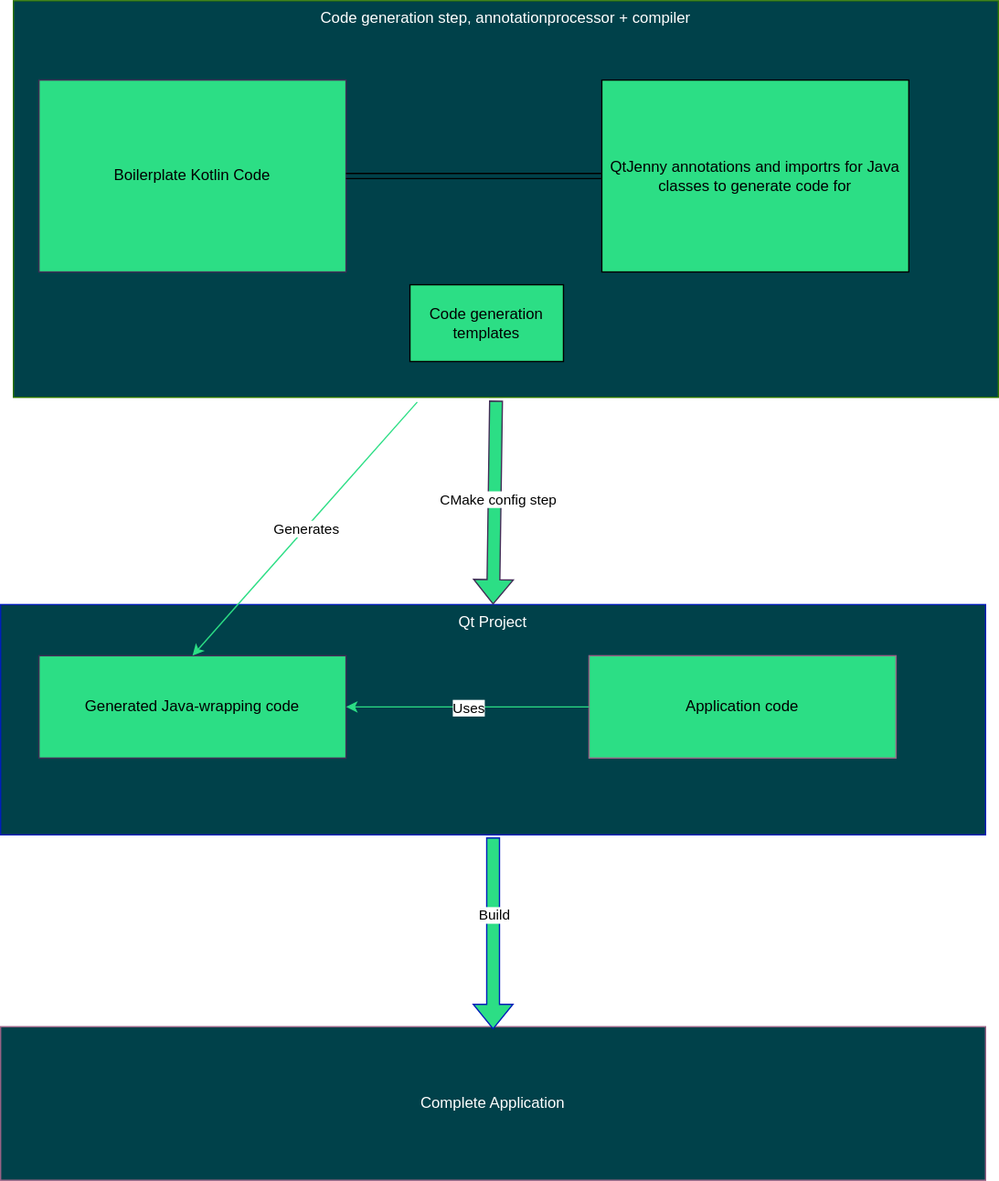
qt/qtdoc keeps this draw.io diagram as doc/src/images/qtjenny-sequence.drawio.svg. Above is the earlier version. Source tidied: cells renumbered, new cells last; positions are measured from the earlier drawing's top-left corner, leaving out a move shared by most shapes.
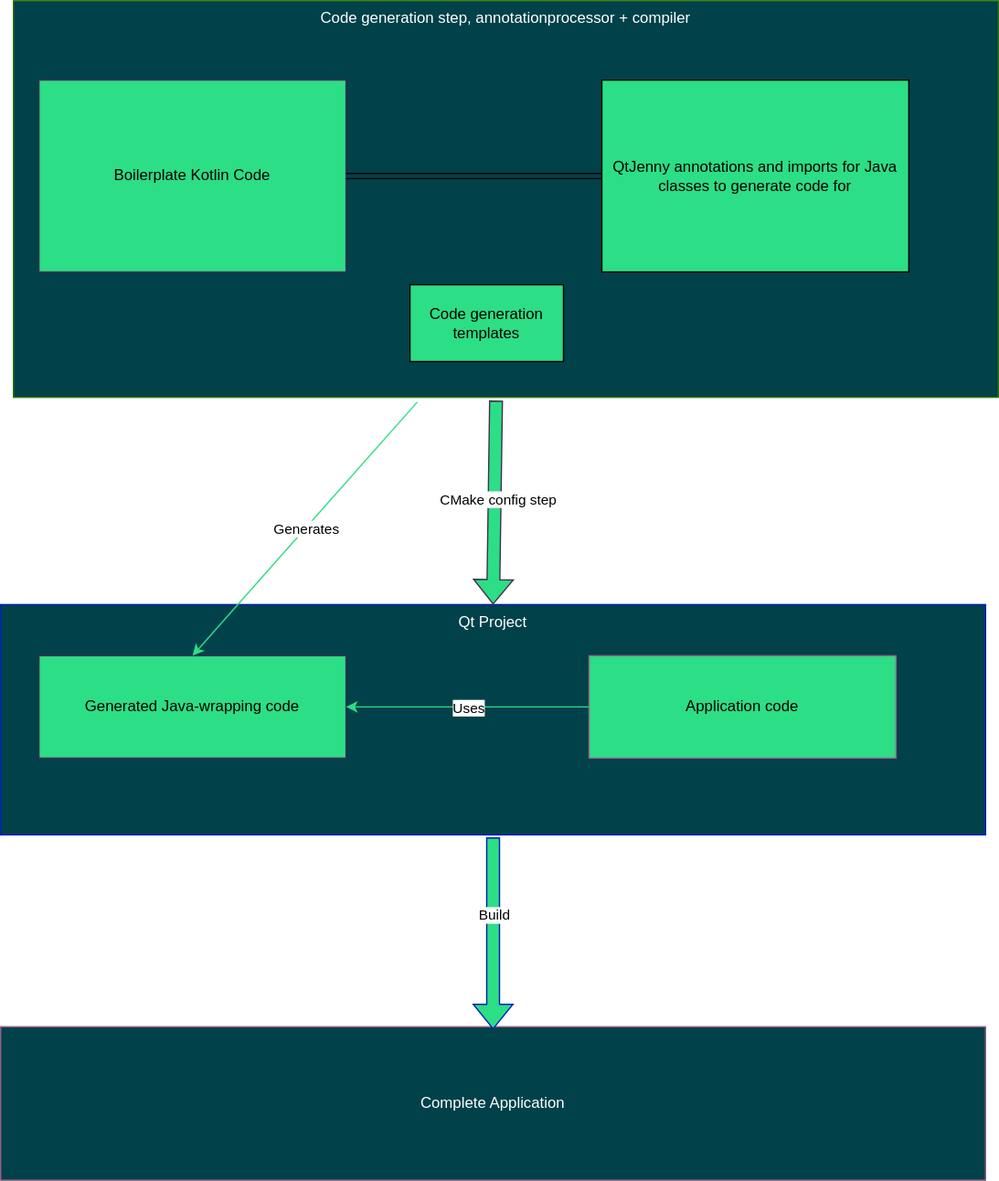
After the commit.

Commit message:
Fix typo "importrs" -> "imports" in the diagram

(cherry picked from commit 87b98790c2df85d96f0fd041a238618e9daae8c8)
(cherry picked from commit b84659fbfb9cc2df699d6f6e29cd68b1663e40ef)

The edit, as a diff of the source:
```diff
@@ -11,7 +11,7 @@
     <mxCell id="4" value="&lt;span style=&quot;&quot;&gt;Boilerplate Kotlin Code&lt;/span&gt;" style="rounded=0;whiteSpace=wrap;html=1;fillColor=light-dark(#2CDE85,#2CDE85);fontColor=light-dark(#000000,#000000);strokeColor=light-dark(#432D57,#000000);fillStyle=solid;" parent="1" vertex="1">
       <mxGeometry x="30" y="62" width="240" height="150" as="geometry" />
     </mxCell>
-    <mxCell id="5" value="&lt;span style=&quot;color: light-dark(rgb(0, 0, 0), rgb(0, 0, 0));&quot;&gt;QtJenny annotations and importrs for Java classes to generate code for&lt;/span&gt;" style="rounded=0;whiteSpace=wrap;html=1;fillColor=light-dark(#2CDE85,#2CDE85);gradientColor=none;strokeColor=light-dark(#000000,#000000);fillStyle=solid;" parent="1" vertex="1">
+    <mxCell id="5" value="&lt;span style=&quot;color: light-dark(rgb(0, 0, 0), rgb(0, 0, 0));&quot;&gt;QtJenny annotations and imports for Java classes to generate code for&lt;/span&gt;" style="rounded=0;whiteSpace=wrap;html=1;fillColor=light-dark(#2CDE85,#2CDE85);gradientColor=none;strokeColor=light-dark(#000000,#000000);fillStyle=solid;" parent="1" vertex="1">
       <mxGeometry x="470" y="62" width="240" height="150" as="geometry" />
     </mxCell>
     <mxCell id="6" style="shape=link;html=1;rounded=0;exitX=1;exitY=0.5;exitDx=0;exitDy=0;entryX=0;entryY=0.5;entryDx=0;entryDy=0;" parent="1" edge="1" source="4" target="5">
```
